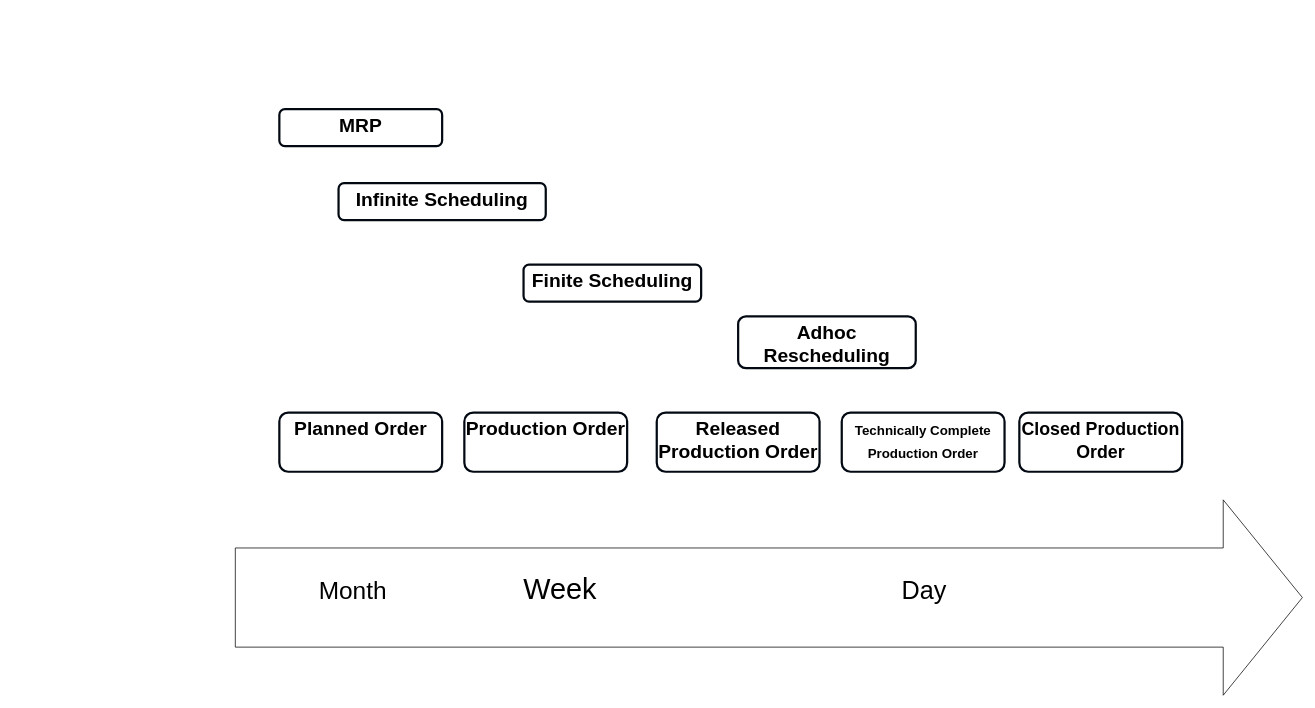
Earlier version of the draw.io diagram page "MRP SAP- All Scheduling MES" (4 of 6) of MES.drawio (mrf742002/Diagrams). Source tidied: cells renumbered, new cells numbered last; positions are measured from the earlier drawing's top-left corner, leaving out a move shared by most shapes. Both pictures are drawn from the tidied source at 74%, with x=0, y=0 at pixel (235, 109).
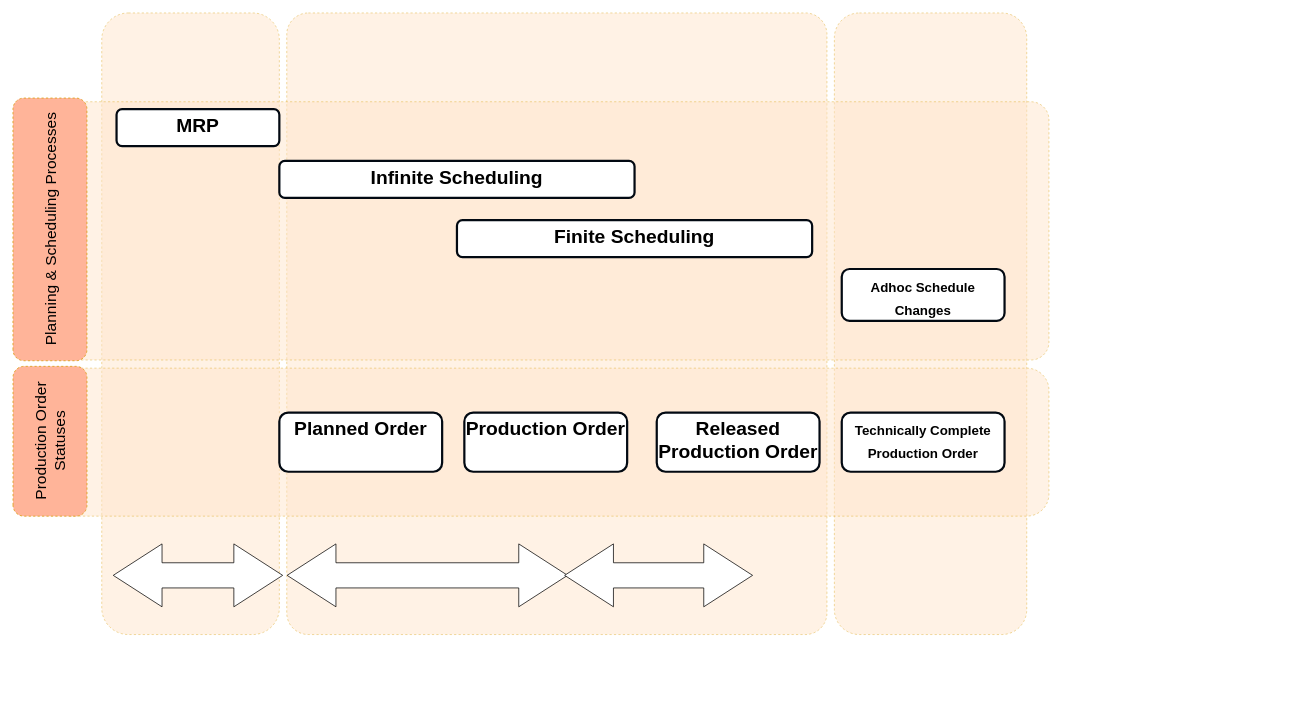
The same diagram, later.

The edit, as a diff of the source:
```diff
@@
+    <mxCell id="15" style="rounded=1;whiteSpace=wrap;html=1;verticalAlign=top;strokeWidth=1;strokeColor=#d79b00;dashed=1;fillColor=#ffe6cc;opacity=50;" parent="1" vertex="1">
+      <mxGeometry x="-180" y="-130" width="240" height="840" as="geometry" />
+    </mxCell>
+    <mxCell id="16" style="rounded=1;whiteSpace=wrap;html=1;verticalAlign=top;strokeWidth=1;strokeColor=#d79b00;dashed=1;fillColor=#ffe6cc;opacity=50;arcSize=13;" parent="1" vertex="1">
+      <mxGeometry x="810" y="-130" width="260" height="840" as="geometry" />
+    </mxCell>
+    <mxCell id="17" style="rounded=1;whiteSpace=wrap;html=1;verticalAlign=top;strokeWidth=1;strokeColor=#d79b00;dashed=1;fillColor=#ffe6cc;opacity=50;arcSize=4;" parent="1" vertex="1">
+      <mxGeometry x="70" y="-130" width="730" height="840" as="geometry" />
+    </mxCell>
+    <mxCell id="18" style="rounded=1;whiteSpace=wrap;html=1;verticalAlign=top;strokeWidth=1;strokeColor=#d79b00;dashed=1;fillColor=#ffe6cc;opacity=50;" parent="1" vertex="1">
+      <mxGeometry x="-250" y="350" width="1350" height="200" as="geometry" />
+    </mxCell>
+    <mxCell id="19" style="rounded=1;whiteSpace=wrap;html=1;verticalAlign=top;strokeWidth=1;strokeColor=#d79b00;dashed=1;fillColor=#ffe6cc;opacity=50;arcSize=7;" parent="1" vertex="1">
+      <mxGeometry x="-250" y="-10" width="1350" height="349" as="geometry" />
+    </mxCell>
@@
-    <mxCell id="6" value="&lt;b&gt;&lt;font style=&quot;font-size: 24px&quot;&gt;Closed Production Order&lt;/font&gt;&lt;br style=&quot;font-size: 26px&quot;&gt;&lt;/b&gt;" style="rounded=1;whiteSpace=wrap;html=1;verticalAlign=top;strokeWidth=3;strokeColor=#020912;fontSize=26;" parent="1" vertex="1">
-      <mxGeometry x="1060" y="410" width="220" height="80" as="geometry" />
-    </mxCell>
-    <mxCell id="7" style="shape=flexArrow;endArrow=classic;html=1;endWidth=129;endSize=35.33;width=134;" parent="1" edge="1">
-      <mxGeometry relative="1" as="geometry">
-        <mxPoint y="660" as="sourcePoint" />
-        <mxPoint x="1443" y="660" as="targetPoint" />
-      </mxGeometry>
-    </mxCell>
-    <mxCell id="8" value="&lt;font style=&quot;font-size: 33px&quot;&gt;Month&lt;/font&gt;" style="edgeLabel;html=1;align=center;verticalAlign=middle;" parent="7" vertex="1">
-      <mxGeometry x="-0.85" y="-3" relative="1" as="geometry">
-        <mxPoint x="50" y="-13" as="offset" />
-      </mxGeometry>
-    </mxCell>
-    <mxCell id="9" value="&lt;font style=&quot;font-size: 39px&quot;&gt;Week&lt;/font&gt;" style="edgeLabel;html=1;align=center;verticalAlign=middle;" parent="7" vertex="1">
-      <mxGeometry x="-0.02" y="11" relative="1" as="geometry">
-        <mxPoint x="-269" as="offset" />
-      </mxGeometry>
-    </mxCell>
-    <mxCell id="10" value="Day" style="edgeLabel;html=1;align=center;verticalAlign=middle;fontSize=34;" parent="7" vertex="1">
-      <mxGeometry x="0.48" y="8" relative="1" as="geometry">
-        <mxPoint x="-138" y="-2" as="offset" />
-      </mxGeometry>
-    </mxCell>
     <mxCell id="11" value="&lt;b style=&quot;font-size: 26px&quot;&gt;MRP&lt;br style=&quot;font-size: 26px&quot;&gt;&lt;/b&gt;" style="rounded=1;whiteSpace=wrap;html=1;verticalAlign=top;strokeWidth=3;strokeColor=#020912;fontSize=26;" parent="1" vertex="1">
-      <mxGeometry x="60" width="220" height="50" as="geometry" />
+      <mxGeometry x="-160" width="220" height="50" as="geometry" />
     </mxCell>
     <mxCell id="12" value="&lt;b style=&quot;font-size: 26px&quot;&gt;Infinite Scheduling&lt;br style=&quot;font-size: 26px&quot;&gt;&lt;/b&gt;" style="rounded=1;whiteSpace=wrap;html=1;verticalAlign=top;strokeWidth=3;strokeColor=#020912;fontSize=26;" parent="1" vertex="1">
-      <mxGeometry x="140" y="100" width="280" height="50" as="geometry" />
+      <mxGeometry x="60" y="70" width="480" height="50" as="geometry" />
     </mxCell>
-    <mxCell id="13" value="&lt;b style=&quot;font-size: 26px&quot;&gt;Adhoc Rescheduling&lt;br style=&quot;font-size: 26px&quot;&gt;&lt;/b&gt;" style="rounded=1;whiteSpace=wrap;html=1;verticalAlign=top;strokeWidth=3;strokeColor=#020912;fontSize=26;" parent="1" vertex="1">
-      <mxGeometry x="680" y="280" width="240" height="70" as="geometry" />
+    <mxCell id="13" value="&lt;b&gt;&lt;font style=&quot;font-size: 18px&quot;&gt;Adhoc Schedule Changes&lt;/font&gt;&lt;br style=&quot;font-size: 26px&quot;&gt;&lt;/b&gt;" style="rounded=1;whiteSpace=wrap;html=1;verticalAlign=top;strokeWidth=3;strokeColor=#020912;fontSize=26;" parent="1" vertex="1">
+      <mxGeometry x="820" y="216" width="220" height="70" as="geometry" />
     </mxCell>
     <mxCell id="14" value="&lt;b style=&quot;font-size: 26px&quot;&gt;Finite Scheduling&lt;br style=&quot;font-size: 26px&quot;&gt;&lt;/b&gt;" style="rounded=1;whiteSpace=wrap;html=1;verticalAlign=top;strokeWidth=3;strokeColor=#020912;fontSize=26;" parent="1" vertex="1">
-      <mxGeometry x="390" y="210" width="240" height="50" as="geometry" />
+      <mxGeometry x="300" y="150" width="480" height="50" as="geometry" />
     </mxCell>
+    <mxCell id="20" value="Planning &amp;amp; Scheduling Processes" style="rounded=1;whiteSpace=wrap;html=1;verticalAlign=middle;strokeWidth=1;strokeColor=#d79b00;dashed=1;fillColor=#FFB499;rotation=-90;fontSize=21;" parent="1" vertex="1">
+      <mxGeometry x="-427.5" y="112.5" width="355" height="100" as="geometry" />
+    </mxCell>
+    <mxCell id="21" value="Production Order Statuses" style="rounded=1;whiteSpace=wrap;html=1;verticalAlign=middle;strokeWidth=1;strokeColor=#d79b00;dashed=1;fillColor=#FFB499;rotation=-90;fontSize=21;" parent="1" vertex="1">
+      <mxGeometry x="-351.2" y="398.8" width="202.5" height="100" as="geometry" />
+    </mxCell>
+    <mxCell id="22" style="shape=flexArrow;endArrow=classic;startArrow=classic;html=1;fontSize=34;endWidth=50;endSize=21.66;width=34;startWidth=50;startSize=21.66;fillColor=#ffffff;" parent="1" edge="1">
+      <mxGeometry relative="1" as="geometry">
+        <mxPoint x="70" y="630" as="sourcePoint" />
+        <mxPoint x="450" y="630" as="targetPoint" />
+      </mxGeometry>
+    </mxCell>
+    <mxCell id="23" style="shape=flexArrow;endArrow=classic;startArrow=classic;html=1;fontSize=34;endWidth=50;endSize=21.66;width=34;startWidth=50;startSize=21.66;fillColor=#ffffff;" parent="1" edge="1">
+      <mxGeometry relative="1" as="geometry">
+        <mxPoint x="-165" y="630" as="sourcePoint" />
+        <mxPoint x="65" y="630" as="targetPoint" />
+      </mxGeometry>
+    </mxCell>
+    <mxCell id="24" style="shape=flexArrow;endArrow=classic;startArrow=classic;html=1;fontSize=34;endWidth=50;endSize=21.66;width=34;startWidth=50;startSize=21.66;fillColor=#ffffff;" parent="1" edge="1">
+      <mxGeometry relative="1" as="geometry">
+        <mxPoint x="445" y="630" as="sourcePoint" />
+        <mxPoint x="700" y="630" as="targetPoint" />
+      </mxGeometry>
+    </mxCell>
```
